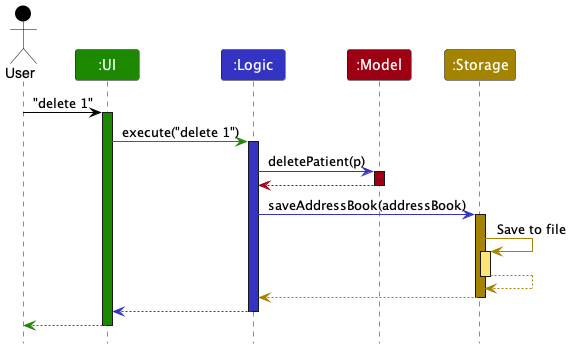
Earlier version of the PlantUML export docs/images/ArchitectureSequenceDiagram.png (nus-cs2103-AY2223S2/tp).
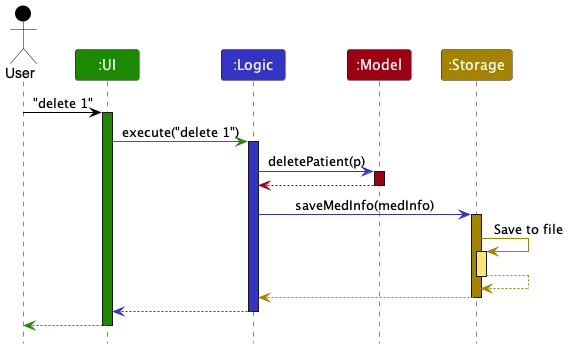
After the change.

What changed in the source:
```diff
@@ -19,7 +19,7 @@
 model -[MODEL_COLOR]-> logic
 deactivate model
 
-logic -[LOGIC_COLOR]> storage : saveAddressBook(addressBook)
+logic -[LOGIC_COLOR]> storage : saveMedInfo(medInfo)
 activate storage STORAGE_COLOR
 
 storage -[STORAGE_COLOR]> storage : Save to file
```
